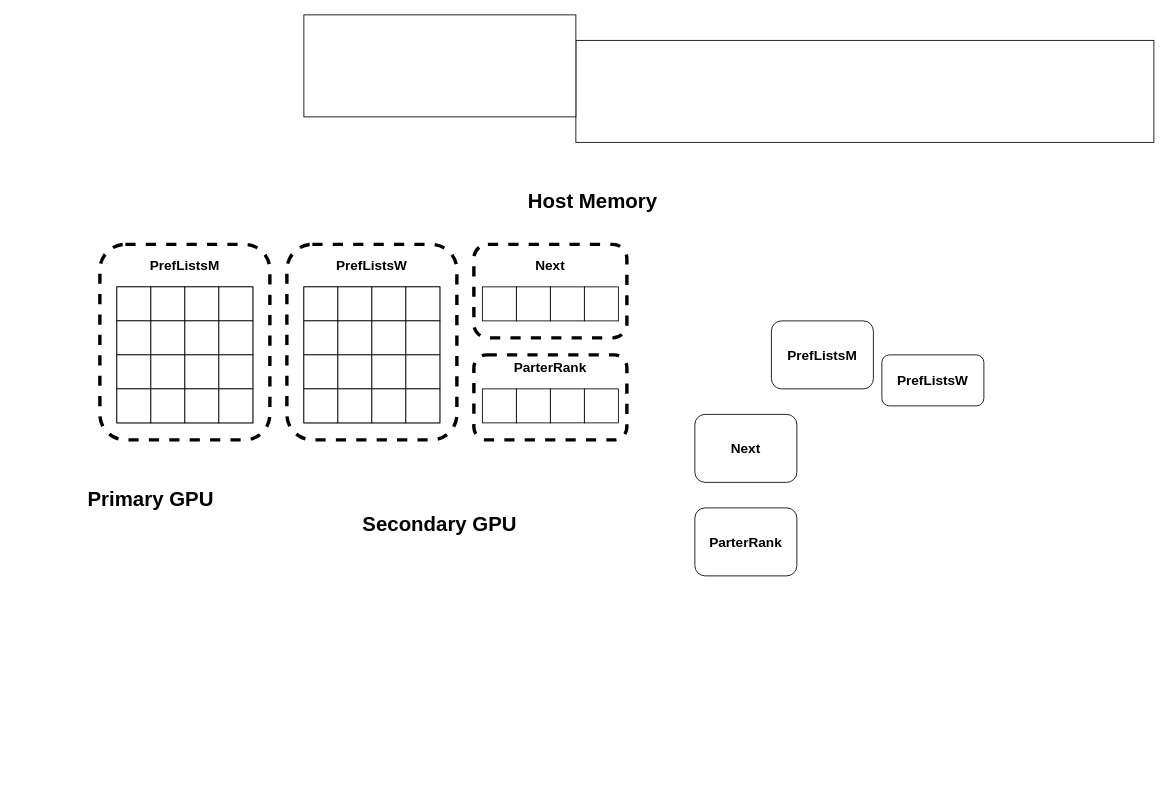
This is DSInHybridSystem.drawio from victorliu-sq/BambooSMP-Figures, a draw.io file, before an edit. Source tidied: cells renumbered, new cells numbered last; positions are measured from the earlier drawing's top-left corner, leaving out a move shared by most shapes. Both pictures are drawn from the tidied source at 85%, with x=0, y=0 at pixel (14, 14).
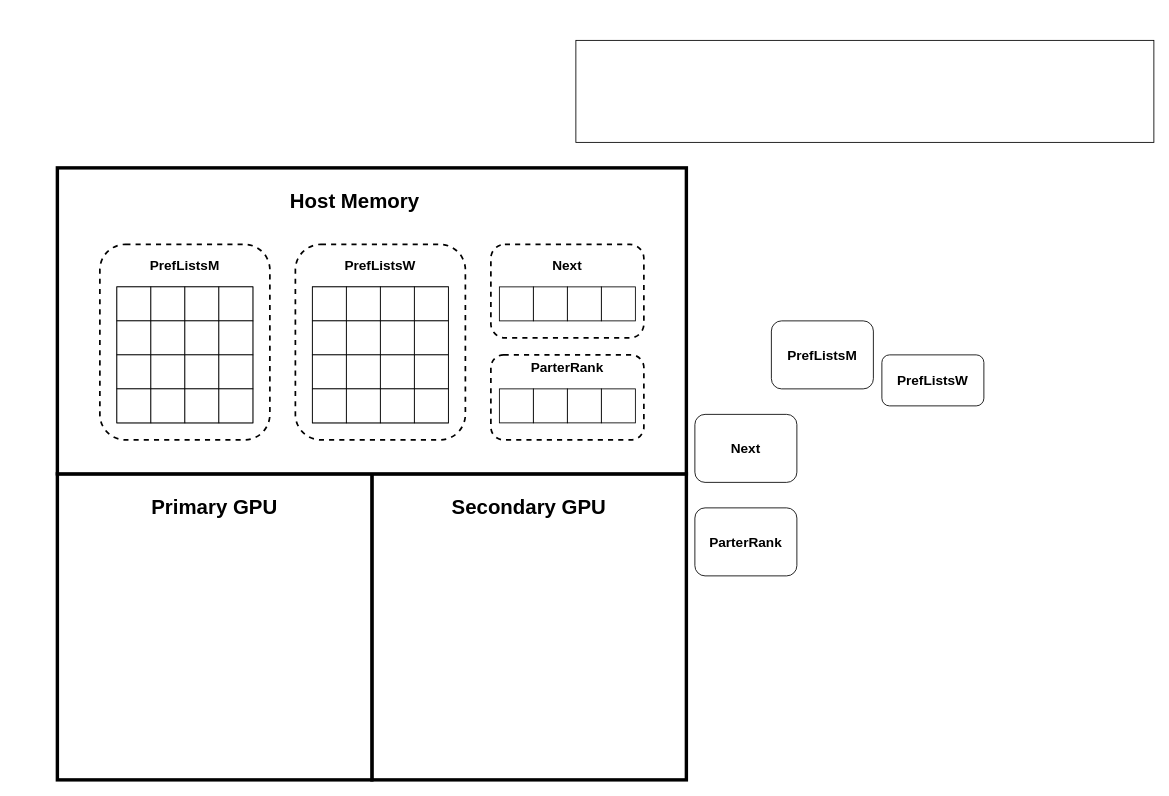
The same page after the edit.

Diff of the diagram source:
```diff
@@
+    <mxCell id="65" style="rounded=0;whiteSpace=wrap;html=1;strokeWidth=4;" parent="1" vertex="1">
+      <mxGeometry x="420" y="540" width="370" height="360" as="geometry" />
+    </mxCell>
+    <mxCell id="66" style="rounded=0;whiteSpace=wrap;html=1;strokeWidth=4;" parent="1" vertex="1">
+      <mxGeometry x="50" y="540" width="370" height="360" as="geometry" />
+    </mxCell>
+    <mxCell id="10" style="rounded=0;whiteSpace=wrap;html=1;strokeWidth=4;" parent="1" vertex="1">
+      <mxGeometry x="50" y="180" width="740" height="360" as="geometry" />
+    </mxCell>
-    <mxCell id="2" style="rounded=1;whiteSpace=wrap;html=1;fillColor=none;strokeWidth=4;dashed=1;" parent="1" vertex="1">
+    <mxCell id="2" style="rounded=1;whiteSpace=wrap;html=1;fillColor=none;strokeWidth=2;dashed=1;" parent="1" vertex="1">
       <mxGeometry x="100" y="270" width="200" height="230" as="geometry" />
     </mxCell>
-    <mxCell id="3" style="rounded=1;whiteSpace=wrap;html=1;fillColor=none;strokeWidth=4;dashed=1;" parent="1" vertex="1">
-      <mxGeometry x="320" y="270" width="200" height="230" as="geometry" />
+    <mxCell id="3" style="rounded=1;whiteSpace=wrap;html=1;fillColor=none;strokeWidth=2;dashed=1;" parent="1" vertex="1">
+      <mxGeometry x="330" y="270" width="200" height="230" as="geometry" />
     </mxCell>
-    <mxCell id="4" style="rounded=1;whiteSpace=wrap;html=1;fillColor=none;strokeWidth=4;dashed=1;" parent="1" vertex="1">
-      <mxGeometry x="540" y="270" width="180" height="110" as="geometry" />
+    <mxCell id="4" style="rounded=1;whiteSpace=wrap;html=1;fillColor=none;strokeWidth=2;dashed=1;" parent="1" vertex="1">
+      <mxGeometry x="560" y="270" width="180" height="110" as="geometry" />
     </mxCell>
-    <mxCell id="5" style="rounded=1;whiteSpace=wrap;html=1;fillColor=none;strokeWidth=4;dashed=1;" parent="1" vertex="1">
-      <mxGeometry x="540" y="400" width="180" height="100" as="geometry" />
+    <mxCell id="5" style="rounded=1;whiteSpace=wrap;html=1;fillColor=none;strokeWidth=2;dashed=1;" parent="1" vertex="1">
+      <mxGeometry x="560" y="400" width="180" height="100" as="geometry" />
     </mxCell>
@@
-    <mxCell id="7" value="&lt;span style=&quot;font-size: 24px;&quot;&gt;&lt;b&gt;Host Memory&lt;/b&gt;&lt;/span&gt;" style="rounded=1;whiteSpace=wrap;html=1;strokeColor=none;" parent="1" vertex="1">
-      <mxGeometry x="600" y="180" width="160" height="80" as="geometry" />
+    <mxCell id="7" value="&lt;span style=&quot;font-size: 24px;&quot;&gt;&lt;b&gt;Host Memory&lt;/b&gt;&lt;/span&gt;" style="rounded=1;whiteSpace=wrap;html=1;strokeColor=none;fillColor=none;strokeWidth=3;" parent="1" vertex="1">
+      <mxGeometry x="320" y="180" width="160" height="80" as="geometry" />
     </mxCell>
-    <mxCell id="8" value="&lt;span style=&quot;font-size: 24px;&quot;&gt;&lt;b&gt;Primary GPU&lt;/b&gt;&lt;/span&gt;" style="rounded=1;whiteSpace=wrap;html=1;strokeColor=none;" parent="1" vertex="1">
-      <mxGeometry y="530" width="320" height="80" as="geometry" />
+    <mxCell id="8" value="&lt;span style=&quot;font-size: 24px;&quot;&gt;&lt;b&gt;Primary GPU&lt;/b&gt;&lt;/span&gt;" style="rounded=1;whiteSpace=wrap;html=1;strokeColor=none;fillColor=none;" parent="1" vertex="1">
+      <mxGeometry x="75" y="540" width="320" height="80" as="geometry" />
     </mxCell>
-    <mxCell id="9" value="&lt;span style=&quot;font-size: 24px;&quot;&gt;&lt;b&gt;Secondary GPU&lt;/b&gt;&lt;/span&gt;" style="rounded=1;whiteSpace=wrap;html=1;strokeColor=none;" parent="1" vertex="1">
-      <mxGeometry x="340" y="560" width="320" height="80" as="geometry" />
+    <mxCell id="9" value="&lt;span style=&quot;font-size: 24px;&quot;&gt;&lt;b&gt;Secondary GPU&lt;/b&gt;&lt;/span&gt;" style="rounded=1;whiteSpace=wrap;html=1;strokeColor=none;fillColor=none;" parent="1" vertex="1">
+      <mxGeometry x="445" y="540" width="320" height="80" as="geometry" />
     </mxCell>
-    <mxCell id="10" style="rounded=0;whiteSpace=wrap;html=1;" parent="1" vertex="1">
-      <mxGeometry x="340" width="320" height="120" as="geometry" />
-    </mxCell>
@@
     <mxCell id="13" style="group;" parent="1" vertex="1">
-      <mxGeometry x="340" y="320" width="160" height="160" as="geometry" />
+      <mxGeometry x="350" y="320" width="160" height="160" as="geometry" />
     </mxCell>
@@
     <mxCell id="51" style="group;" parent="1" vertex="1">
-      <mxGeometry x="550" y="440" width="160" height="40" as="geometry" />
+      <mxGeometry x="570" y="440" width="160" height="40" as="geometry" />
     </mxCell>
@@
     <mxCell id="56" style="group;" parent="1" vertex="1">
-      <mxGeometry x="550" y="320" width="160" height="40" as="geometry" />
+      <mxGeometry x="570" y="320" width="160" height="40" as="geometry" />
     </mxCell>
@@
     <mxCell id="62" value="&lt;p&gt;&lt;b&gt;&lt;font style=&quot;font-size: 16px;&quot;&gt;PrefListsW&lt;/font&gt;&lt;/b&gt;&lt;/p&gt;" style="text;html=1;align=center;verticalAlign=middle;whiteSpace=wrap;rounded=0;" parent="1" vertex="1">
-      <mxGeometry x="370" y="280" width="100" height="30" as="geometry" />
+      <mxGeometry x="380" y="280" width="100" height="30" as="geometry" />
     </mxCell>
     <mxCell id="63" value="&lt;p&gt;&lt;b&gt;&lt;font style=&quot;font-size: 16px;&quot;&gt;Next&lt;/font&gt;&lt;/b&gt;&lt;/p&gt;" style="text;html=1;align=center;verticalAlign=middle;whiteSpace=wrap;rounded=0;" parent="1" vertex="1">
-      <mxGeometry x="580" y="280" width="100" height="30" as="geometry" />
+      <mxGeometry x="600" y="280" width="100" height="30" as="geometry" />
     </mxCell>
     <mxCell id="64" value="&lt;p&gt;&lt;b&gt;&lt;font style=&quot;font-size: 16px;&quot;&gt;ParterRank&lt;/font&gt;&lt;/b&gt;&lt;/p&gt;" style="text;html=1;align=center;verticalAlign=middle;whiteSpace=wrap;rounded=0;" parent="1" vertex="1">
-      <mxGeometry x="580" y="400" width="100" height="30" as="geometry" />
+      <mxGeometry x="600" y="400" width="100" height="30" as="geometry" />
     </mxCell>
```
